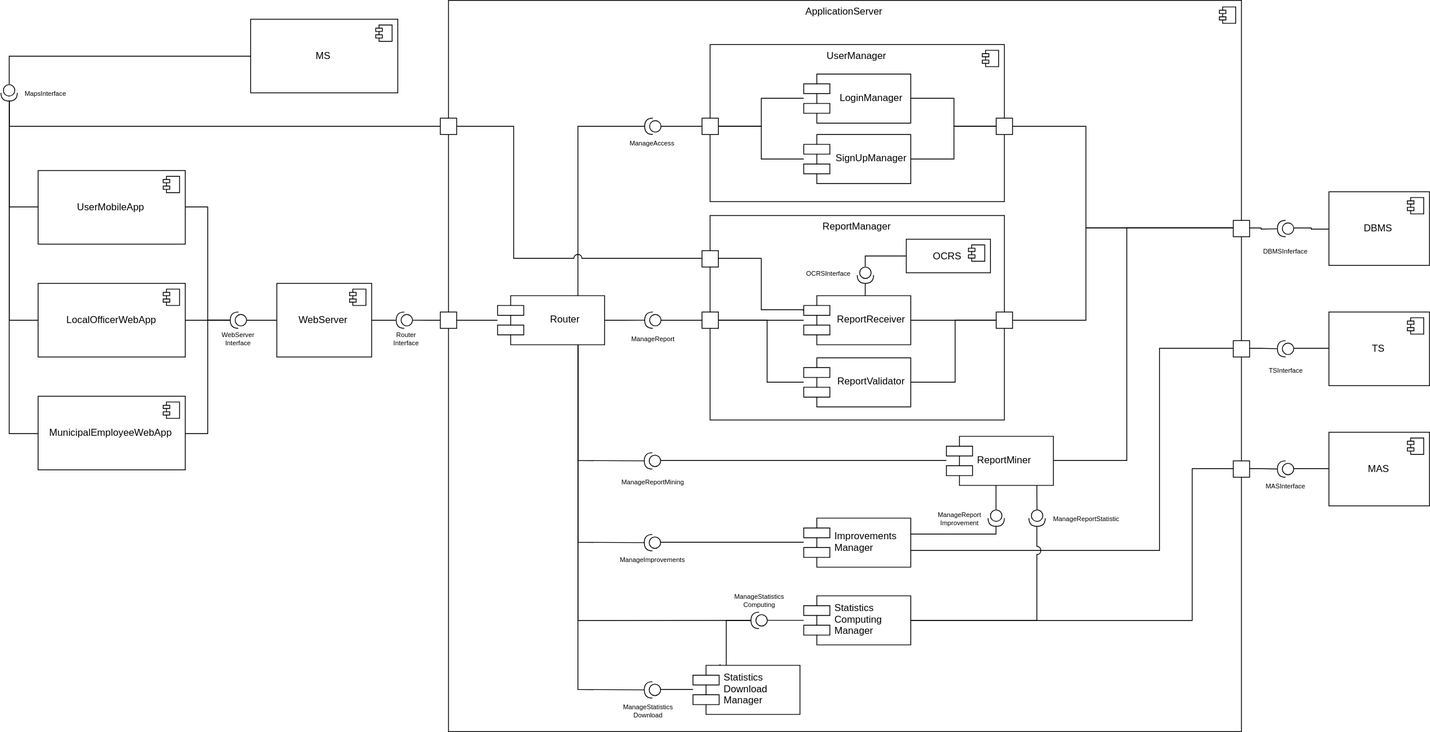
Earlier version of the draw.io export DD/images/exported/ComponentDiagram.svg (MarkNuar/Project_SE2). Source tidied: cells renumbered, new cells last; positions are measured from the earlier drawing's top-left corner, leaving out a move shared by most shapes.
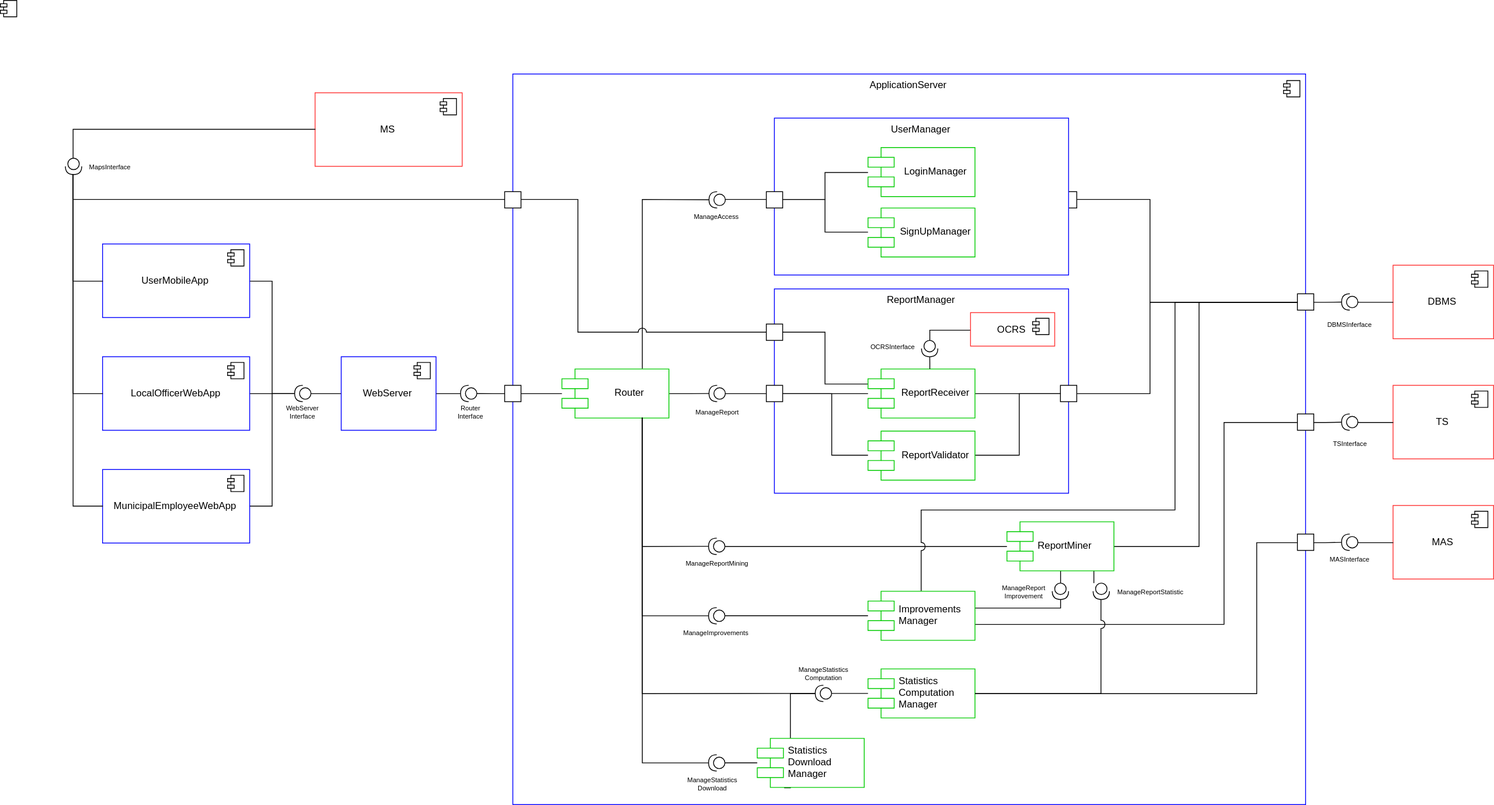
The same diagram one commit later.

What changed in the source:
```diff
@@ -2,7 +2,7 @@
   <root>
     <mxCell id="0" />
     <mxCell id="1" parent="0" />
-    <mxCell id="2" value="ApplicationServer" style="html=1;verticalAlign=top;" parent="1" vertex="1">
+    <mxCell id="2" value="ApplicationServer" style="html=1;verticalAlign=top;strokeColor=#0000FF;" parent="1" vertex="1">
       <mxGeometry x="548" width="970" height="894" as="geometry" />
     </mxCell>
     <mxCell id="3" style="edgeStyle=orthogonalEdgeStyle;rounded=0;jettySize=auto;html=1;endArrow=none;endFill=0;" parent="1" edge="1" source="4" target="94">
@@ -16,38 +16,6 @@
         <mxPoint x="-27" y="7" as="offset" />
       </mxGeometry>
     </mxCell>
-    <mxCell id="6" style="group;verticalAlign=middle;" parent="1" vertex="1">
-      <mxGeometry x="788" y="54" width="440" height="192" as="geometry" />
-    </mxCell>
-    <mxCell id="7" style="shape=providedRequiredInterface;html=1;verticalLabelPosition=bottom;rotation=180;" parent="6" vertex="1">
-      <mxGeometry y="90" width="20" height="20" as="geometry" />
-    </mxCell>
-    <mxCell id="8" style="edgeStyle=orthogonalEdgeStyle;rounded=0;jettySize=auto;html=1;entryX=0;entryY=0.5;entryDx=0;entryDy=0;entryPerimeter=0;endArrow=none;endFill=0;" parent="6" edge="1" source="15" target="7">
-      <mxGeometry relative="1" as="geometry" />
-    </mxCell>
-    <mxCell id="9" value="UserManager" style="html=1;verticalAlign=top;" parent="6" vertex="1">
-      <mxGeometry x="80" width="360" height="192" as="geometry" />
-    </mxCell>
-    <mxCell id="10" style="shape=component;jettyWidth=8;jettyHeight=4;" parent="6" vertex="1">
-      <mxGeometry x="1" width="20" height="20" relative="1" as="geometry">
-        <mxPoint x="-27" y="7" as="offset" />
-      </mxGeometry>
-    </mxCell>
-    <mxCell id="11" style="edgeStyle=orthogonalEdgeStyle;rounded=0;jettySize=auto;html=1;entryX=1;entryY=0.5;entryDx=0;entryDy=0;endArrow=none;endFill=0;" parent="6" edge="1" source="12" target="15">
-      <mxGeometry relative="1" as="geometry" />
-    </mxCell>
-    <mxCell id="12" value="LoginManager" style="shape=component;align=center;spacingLeft=36;" parent="6" vertex="1">
-      <mxGeometry x="194.5" y="36" width="130.9" height="60" as="geometry" />
-    </mxCell>
-    <mxCell id="13" style="edgeStyle=orthogonalEdgeStyle;rounded=0;jettySize=auto;html=1;entryX=1;entryY=0.5;entryDx=0;entryDy=0;endArrow=none;endFill=0;" parent="6" edge="1" source="14" target="15">
-      <mxGeometry relative="1" as="geometry" />
-    </mxCell>
-    <mxCell id="14" value="SignUpManager" style="shape=component;align=center;spacingLeft=36;" parent="6" vertex="1">
-      <mxGeometry x="194.5" y="110" width="130.9" height="60" as="geometry" />
-    </mxCell>
-    <mxCell id="15" style="whiteSpace=wrap;html=1;" parent="6" vertex="1">
-      <mxGeometry x="70.1" y="90" width="20" height="20" as="geometry" />
-    </mxCell>
     <mxCell id="16" style="edgeStyle=orthogonalEdgeStyle;rounded=0;jumpStyle=none;jettySize=auto;html=1;entryX=0;entryY=0.5;entryDx=0;entryDy=0;endArrow=none;endFill=0;" parent="1" edge="1" source="17" target="54">
       <mxGeometry relative="1" as="geometry">
         <Array as="points">
@@ -80,7 +48,7 @@
     <mxCell id="24" style="edgeStyle=orthogonalEdgeStyle;rounded=0;jettySize=auto;html=1;entryX=0;entryY=0.5;entryDx=0;entryDy=0;entryPerimeter=0;endArrow=none;endFill=0;" parent="1" edge="1" source="107" target="23">
       <mxGeometry relative="1" as="geometry" />
     </mxCell>
-    <mxCell id="25" value="ReportManager" style="html=1;verticalAlign=top;" parent="1" vertex="1">
+    <mxCell id="25" value="ReportManager" style="html=1;verticalAlign=top;strokeColor=#0000FF;" parent="1" vertex="1">
       <mxGeometry x="868" y="263" width="360" height="250" as="geometry" />
     </mxCell>
     <mxCell id="26" style="edgeStyle=orthogonalEdgeStyle;rounded=0;jumpStyle=none;jettySize=auto;html=1;entryX=0;entryY=0.5;entryDx=0;entryDy=0;endArrow=none;endFill=0;" parent="1" edge="1" source="29" target="54">
@@ -116,11 +84,11 @@
         </Array>
       </mxGeometry>
     </mxCell>
-    <mxCell id="32" style="edgeStyle=orthogonalEdgeStyle;rounded=0;jettySize=auto;html=1;entryX=0;entryY=0.5;entryDx=0;entryDy=0;endArrow=none;endFill=0;" parent="1" edge="1" source="34" target="54">
+    <mxCell id="32" style="edgeStyle=orthogonalEdgeStyle;rounded=0;jettySize=auto;html=1;entryX=0;entryY=0.5;entryDx=0;entryDy=0;endArrow=none;endFill=0;exitX=1;exitY=0.5;exitDx=0;exitDy=0;" parent="1" edge="1" source="34" target="54">
       <mxGeometry relative="1" as="geometry">
         <Array as="points">
-          <mxPoint x="1378" y="563" />
-          <mxPoint x="1378" y="279" />
+          <mxPoint x="1388" y="578" />
+          <mxPoint x="1388" y="279" />
         </Array>
       </mxGeometry>
     </mxCell>
@@ -132,13 +100,13 @@
         </Array>
       </mxGeometry>
     </mxCell>
-    <mxCell id="34" value="ReportMiner" style="shape=component;align=left;spacingLeft=36;" parent="1" vertex="1">
-      <mxGeometry x="1157" y="533" width="130.9" height="60" as="geometry" />
+    <mxCell id="34" value="ReportMiner" style="shape=component;align=left;spacingLeft=36;strokeColor=#00CC00;" parent="1" vertex="1">
+      <mxGeometry x="1152.5" y="548" width="130.9" height="60" as="geometry" />
     </mxCell>
     <mxCell id="35" style="edgeStyle=orthogonalEdgeStyle;rounded=0;jumpStyle=none;jettySize=auto;html=1;entryX=1;entryY=0.5;entryDx=0;entryDy=0;endArrow=none;endFill=0;" parent="1" edge="1" source="36" target="4">
       <mxGeometry relative="1" as="geometry" />
     </mxCell>
-    <mxCell id="36" value="Router" style="shape=component;align=center;spacingLeft=36;" parent="1" vertex="1">
+    <mxCell id="36" value="Router" style="shape=component;align=center;spacingLeft=36;strokeColor=#00CC00;" parent="1" vertex="1">
       <mxGeometry x="608" y="361" width="130.9" height="60" as="geometry" />
     </mxCell>
     <mxCell id="37" style="edgeStyle=orthogonalEdgeStyle;rounded=0;jumpStyle=none;jettySize=auto;html=1;entryX=0;entryY=0.5;entryDx=0;entryDy=0;entryPerimeter=0;endArrow=none;endFill=0;" parent="1" edge="1" source="40" target="44">
@@ -159,14 +127,23 @@
         </Array>
       </mxGeometry>
     </mxCell>
+    <mxCell id="131" style="edgeStyle=orthogonalEdgeStyle;rounded=0;jettySize=auto;html=1;entryX=0;entryY=0.5;entryDx=0;entryDy=0;endArrow=none;endFill=0;jumpStyle=arc;jumpSize=10;" parent="1" edge="1" source="40" target="54">
+      <mxGeometry relative="1" as="geometry">
+        <Array as="points">
+          <mxPoint x="1048" y="533" />
+          <mxPoint x="1358" y="533" />
+          <mxPoint x="1358" y="279" />
+        </Array>
+      </mxGeometry>
+    </mxCell>
-    <mxCell id="40" value="Improvements&#10;Manager" style="shape=component;align=left;spacingLeft=36;" parent="1" vertex="1">
+    <mxCell id="40" value="Improvements&#10;Manager" style="shape=component;align=left;spacingLeft=36;strokeColor=#00CC00;" parent="1" vertex="1">
       <mxGeometry x="982.5" y="633" width="130.9" height="60" as="geometry" />
     </mxCell>
     <mxCell id="41" style="edgeStyle=orthogonalEdgeStyle;rounded=0;jumpStyle=none;jettySize=auto;html=1;entryX=0.75;entryY=1;entryDx=0;entryDy=0;endArrow=none;endFill=0;" parent="1" edge="1" source="42" target="36">
       <mxGeometry relative="1" as="geometry" />
     </mxCell>
     <mxCell id="42" style="shape=providedRequiredInterface;html=1;verticalLabelPosition=bottom;rotation=180;" parent="1" vertex="1">
-      <mxGeometry x="787.5" y="553" width="20" height="20" as="geometry" />
+      <mxGeometry x="787.5" y="568" width="20" height="20" as="geometry" />
     </mxCell>
     <mxCell id="43" style="edgeStyle=orthogonalEdgeStyle;rounded=0;jumpStyle=none;jettySize=auto;html=1;endArrow=none;endFill=0;entryX=0.75;entryY=1;entryDx=0;entryDy=0;" parent="1" edge="1" source="44" target="36">
       <mxGeometry relative="1" as="geometry" />
@@ -189,7 +166,7 @@
     <mxCell id="49" style="shape=providedRequiredInterface;html=1;verticalLabelPosition=bottom;rotation=90;" parent="1" vertex="1">
       <mxGeometry x="1208" y="623" width="20" height="20" as="geometry" />
     </mxCell>
-    <mxCell id="50" value="DBMS" style="html=1;align=center;" parent="1" vertex="1">
+    <mxCell id="50" value="DBMS" style="html=1;align=center;strokeColor=#FF3333;" parent="1" vertex="1">
       <mxGeometry x="1625" y="234" width="123" height="90" as="geometry" />
     </mxCell>
     <mxCell id="51" style="shape=component;jettyWidth=8;jettyHeight=4;" parent="50" vertex="1">
@@ -209,7 +186,7 @@
     <mxCell id="55" style="edgeStyle=orthogonalEdgeStyle;rounded=0;jettySize=auto;html=1;entryX=1;entryY=0.5;entryDx=0;entryDy=0;endArrow=none;endFill=0;" parent="1" edge="1" source="52" target="54">
       <mxGeometry relative="1" as="geometry" />
     </mxCell>
-    <mxCell id="56" value="TS" style="html=1;align=center;" parent="1" vertex="1">
+    <mxCell id="56" value="TS" style="html=1;align=center;strokeColor=#FF3333;" parent="1" vertex="1">
       <mxGeometry x="1625" y="381" width="123" height="90" as="geometry" />
     </mxCell>
     <mxCell id="57" style="shape=component;jettyWidth=8;jettyHeight=4;" parent="56" vertex="1">
@@ -235,7 +212,7 @@
     <mxCell id="63" style="edgeStyle=orthogonalEdgeStyle;rounded=0;jettySize=auto;html=1;entryX=1;entryY=0.5;entryDx=0;entryDy=0;entryPerimeter=0;endArrow=none;endFill=0;" parent="1" edge="1" source="64" target="95">
       <mxGeometry relative="1" as="geometry" />
     </mxCell>
-    <mxCell id="64" value="UserMobileApp" style="html=1;align=center;" parent="1" vertex="1">
+    <mxCell id="64" value="UserMobileApp" style="html=1;align=center;strokeColor=#0000FF;" parent="1" vertex="1">
       <mxGeometry x="46" y="208" width="180" height="90" as="geometry" />
     </mxCell>
     <mxCell id="65" style="shape=component;jettyWidth=8;jettyHeight=4;align=center;" parent="64" vertex="1">
@@ -252,7 +229,7 @@
     <mxCell id="68" style="edgeStyle=orthogonalEdgeStyle;rounded=0;jettySize=auto;html=1;entryX=1;entryY=0.5;entryDx=0;entryDy=0;entryPerimeter=0;endArrow=none;endFill=0;" parent="1" edge="1" source="69" target="95">
       <mxGeometry relative="1" as="geometry" />
     </mxCell>
-    <mxCell id="69" value="LocalOfficerWebApp" style="html=1;align=center;" parent="1" vertex="1">
+    <mxCell id="69" value="LocalOfficerWebApp" style="html=1;align=center;strokeColor=#0000FF;" parent="1" vertex="1">
       <mxGeometry x="46" y="346" width="180" height="90" as="geometry" />
     </mxCell>
     <mxCell id="70" style="shape=component;jettyWidth=8;jettyHeight=4;align=center;" parent="69" vertex="1">
@@ -266,7 +243,7 @@
     <mxCell id="72" style="edgeStyle=orthogonalEdgeStyle;rounded=0;jettySize=auto;html=1;entryX=1;entryY=0.5;entryDx=0;entryDy=0;entryPerimeter=0;endArrow=none;endFill=0;" parent="1" edge="1" source="73" target="95">
       <mxGeometry relative="1" as="geometry" />
     </mxCell>
-    <mxCell id="73" value="MunicipalEmployeeWebApp" style="html=1;align=center;" parent="1" vertex="1">
+    <mxCell id="73" value="MunicipalEmployeeWebApp" style="html=1;align=center;strokeColor=#0000FF;" parent="1" vertex="1">
       <mxGeometry x="46" y="484" width="180" height="90" as="geometry" />
     </mxCell>
     <mxCell id="74" style="shape=component;jettyWidth=8;jettyHeight=4;align=center;" parent="73" vertex="1">
@@ -277,7 +254,7 @@
     <mxCell id="75" style="edgeStyle=orthogonalEdgeStyle;rounded=0;jettySize=auto;html=1;entryX=1;entryY=0.5;entryDx=0;entryDy=0;entryPerimeter=0;startArrow=none;startFill=0;endArrow=none;endFill=0;fontSize=8;exitX=0;exitY=0.5;exitDx=0;exitDy=0;" parent="1" edge="1" source="73" target="62">
       <mxGeometry relative="1" as="geometry" />
     </mxCell>
-    <mxCell id="76" value="MS" style="html=1;" parent="1" vertex="1">
+    <mxCell id="76" value="MS" style="html=1;strokeColor=#FF3333;" parent="1" vertex="1">
       <mxGeometry x="306" y="23" width="180" height="90" as="geometry" />
     </mxCell>
     <mxCell id="77" style="shape=component;jettyWidth=8;jettyHeight=4;" parent="76" vertex="1">
@@ -298,12 +275,12 @@
       <mxGeometry x="763" y="403" width="70" height="20" as="geometry" />
     </mxCell>
     <mxCell id="82" value="ManageReportMining" style="text;html=1;align=center;verticalAlign=middle;fontSize=8;" parent="1" vertex="1">
-      <mxGeometry x="752.5" y="578" width="90" height="20" as="geometry" />
+      <mxGeometry x="753" y="588" width="90" height="20" as="geometry" />
     </mxCell>
     <mxCell id="83" value="ManageImprovements" style="text;html=1;align=center;verticalAlign=middle;fontSize=8;" parent="1" vertex="1">
       <mxGeometry x="747.5" y="673" width="100" height="20" as="geometry" />
     </mxCell>
-    <mxCell id="84" value="ManageStatistics&lt;br&gt;Computing" style="text;html=1;align=center;verticalAlign=middle;fontSize=8;direction=west;rotation=0;" parent="1" vertex="1">
+    <mxCell id="84" value="ManageStatistics&lt;br&gt;Computation" style="text;html=1;align=center;verticalAlign=middle;fontSize=8;direction=west;rotation=0;" parent="1" vertex="1">
       <mxGeometry x="888" y="718" width="80" height="30" as="geometry" />
     </mxCell>
     <mxCell id="85" style="shape=providedRequiredInterface;html=1;verticalLabelPosition=bottom;rotation=90;" parent="1" vertex="1">
@@ -327,7 +304,7 @@
     <mxCell id="91" style="edgeStyle=orthogonalEdgeStyle;rounded=0;jettySize=auto;html=1;entryX=0;entryY=0.5;entryDx=0;entryDy=0;entryPerimeter=0;endArrow=none;endFill=0;exitX=0;exitY=0.5;exitDx=0;exitDy=0;" parent="1" edge="1" source="92" target="95">
       <mxGeometry relative="1" as="geometry" />
     </mxCell>
-    <mxCell id="92" value="WebServer" style="html=1;" parent="1" vertex="1">
+    <mxCell id="92" value="WebServer" style="html=1;strokeColor=#0000FF;" parent="1" vertex="1">
       <mxGeometry x="338" y="346" width="116" height="90" as="geometry" />
     </mxCell>
     <mxCell id="93" style="shape=component;jettyWidth=8;jettyHeight=4;" parent="92" vertex="1">
@@ -375,7 +352,7 @@
     <mxCell id="103" style="edgeStyle=orthogonalEdgeStyle;rounded=0;jettySize=auto;html=1;entryX=1;entryY=0.5;entryDx=0;entryDy=0;endArrow=none;endFill=0;" parent="1" edge="1" source="104" target="107">
       <mxGeometry relative="1" as="geometry" />
     </mxCell>
-    <mxCell id="104" value="ReportReceiver" style="shape=component;align=center;spacingLeft=36;" parent="1" vertex="1">
+    <mxCell id="104" value="ReportReceiver" style="shape=component;align=center;spacingLeft=36;strokeColor=#00CC00;" parent="1" vertex="1">
       <mxGeometry x="982.5" y="361" width="130.9" height="60" as="geometry" />
     </mxCell>
     <mxCell id="105" style="edgeStyle=orthogonalEdgeStyle;rounded=0;jettySize=auto;html=1;entryX=1;entryY=0.5;entryDx=0;entryDy=0;endArrow=none;endFill=0;" parent="1" edge="1" source="106" target="107">
@@ -386,7 +363,7 @@
         </Array>
       </mxGeometry>
     </mxCell>
-    <mxCell id="106" value="ReportValidator" style="shape=component;align=center;spacingLeft=36;" parent="1" vertex="1">
+    <mxCell id="106" value="ReportValidator" style="shape=component;align=center;spacingLeft=36;strokeColor=#00CC00;" parent="1" vertex="1">
       <mxGeometry x="982.5" y="437" width="130.9" height="60" as="geometry" />
     </mxCell>
     <mxCell id="107" style="whiteSpace=wrap;html=1;" parent="1" vertex="1">
@@ -399,7 +376,7 @@
         </Array>
       </mxGeometry>
     </mxCell>
-    <mxCell id="109" value="OCRS" style="html=1;align=center;" parent="1" vertex="1">
+    <mxCell id="109" value="OCRS" style="html=1;align=center;strokeColor=#FF3333;" parent="1" vertex="1">
       <mxGeometry x="1108" y="292" width="103" height="41" as="geometry" />
     </mxCell>
     <mxCell id="110" style="shape=component;jettyWidth=8;jettyHeight=4;" parent="109" vertex="1">
@@ -424,7 +401,7 @@
     <mxCell id="114" value="OCRSInterface" style="text;html=1;align=center;verticalAlign=middle;fontSize=8;" parent="1" vertex="1">
       <mxGeometry x="978" y="323" width="70" height="20" as="geometry" />
     </mxCell>
-    <mxCell id="115" value="Statistics&#10;Computing&#10;Manager" style="shape=component;align=left;spacingLeft=36;" parent="1" vertex="1">
+    <mxCell id="115" value="Statistics&#10;Computation&#10;Manager" style="shape=component;align=left;spacingLeft=36;strokeColor=#00CC00;" parent="1" vertex="1">
       <mxGeometry x="982.5" y="728" width="130.9" height="60" as="geometry" />
     </mxCell>
     <mxCell id="116" style="rounded=0;jumpStyle=arc;jumpSize=10;jettySize=auto;html=1;entryX=1;entryY=0.5;entryDx=0;entryDy=0;entryPerimeter=0;endArrow=none;endFill=0;exitX=0.25;exitY=0;exitDx=0;exitDy=0;edgeStyle=orthogonalEdgeStyle;" parent="1" edge="1" source="118" target="48">
@@ -439,7 +416,7 @@
     <mxCell id="117" style="edgeStyle=orthogonalEdgeStyle;rounded=0;jumpStyle=arc;jumpSize=10;jettySize=auto;html=1;entryX=0;entryY=0.5;entryDx=0;entryDy=0;entryPerimeter=0;endArrow=none;endFill=0;" parent="1" edge="1" source="118" target="122">
       <mxGeometry relative="1" as="geometry" />
     </mxCell>
-    <mxCell id="118" value="Statistics&#10;Download&#10;Manager" style="shape=component;align=left;spacingLeft=36;" parent="1" vertex="1">
+    <mxCell id="118" value="Statistics&#10;Download&#10;Manager" style="shape=component;align=left;spacingLeft=36;strokeColor=#00CC00;" parent="1" vertex="1">
       <mxGeometry x="847" y="813" width="130.9" height="60" as="geometry" />
     </mxCell>
     <mxCell id="119" style="edgeStyle=orthogonalEdgeStyle;rounded=0;jettySize=auto;html=1;entryX=1;entryY=0.5;entryDx=0;entryDy=0;entryPerimeter=0;endArrow=none;endFill=0;jumpStyle=arc;jumpSize=10;" parent="1" edge="1" source="115" target="85">
@@ -470,7 +447,7 @@
     <mxCell id="123" value="ManageStatistics&lt;br&gt;Download" style="text;html=1;align=center;verticalAlign=middle;fontSize=8;direction=west;rotation=0;" parent="1" vertex="1">
       <mxGeometry x="752.5" y="853" width="80" height="30" as="geometry" />
     </mxCell>
-    <mxCell id="124" value="MAS" style="html=1;align=center;" parent="1" vertex="1">
+    <mxCell id="124" value="MAS" style="html=1;align=center;strokeColor=#FF3333;" parent="1" vertex="1">
       <mxGeometry x="1625" y="528" width="123" height="90" as="geometry" />
     </mxCell>
     <mxCell id="125" style="shape=component;jettyWidth=8;jettyHeight=4;" parent="124" vertex="1">
@@ -493,5 +470,34 @@
     <mxCell id="130" value="MASInterface" style="text;html=1;align=center;verticalAlign=middle;fontSize=8;" parent="1" vertex="1">
       <mxGeometry x="1542" y="583" width="60" height="20" as="geometry" />
     </mxCell>
+    <mxCell id="7" style="shape=providedRequiredInterface;html=1;verticalLabelPosition=bottom;rotation=180;" parent="1" vertex="1">
+      <mxGeometry x="788" y="144" width="20" height="20" as="geometry" />
+    </mxCell>
+    <mxCell id="8" style="edgeStyle=orthogonalEdgeStyle;rounded=0;jettySize=auto;html=1;entryX=0;entryY=0.5;entryDx=0;entryDy=0;entryPerimeter=0;endArrow=none;endFill=0;" parent="1" edge="1" source="15" target="7">
+      <mxGeometry relative="1" as="geometry" />
+    </mxCell>
+    <mxCell id="9" value="UserManager" style="html=1;verticalAlign=top;strokeColor=#0000FF;" parent="1" vertex="1">
+      <mxGeometry x="868" y="54" width="360" height="192" as="geometry" />
+    </mxCell>
+    <mxCell id="10" style="shape=component;jettyWidth=8;jettyHeight=4;" parent="1" vertex="1">
+      <mxGeometry x="1" width="20" height="20" relative="1" as="geometry">
+        <mxPoint x="-27" y="7" as="offset" />
+      </mxGeometry>
+    </mxCell>
+    <mxCell id="11" style="edgeStyle=orthogonalEdgeStyle;rounded=0;jettySize=auto;html=1;entryX=1;entryY=0.5;entryDx=0;entryDy=0;endArrow=none;endFill=0;" parent="1" edge="1" source="12" target="15">
+      <mxGeometry relative="1" as="geometry" />
+    </mxCell>
+    <mxCell id="12" value="LoginManager" style="shape=component;align=center;spacingLeft=36;strokeColor=#00CC00;" parent="1" vertex="1">
+      <mxGeometry x="982.5" y="90" width="130.9" height="60" as="geometry" />
+    </mxCell>
+    <mxCell id="13" style="edgeStyle=orthogonalEdgeStyle;rounded=0;jettySize=auto;html=1;entryX=1;entryY=0.5;entryDx=0;entryDy=0;endArrow=none;endFill=0;" parent="1" edge="1" source="14" target="15">
+      <mxGeometry relative="1" as="geometry" />
+    </mxCell>
+    <mxCell id="14" value="SignUpManager" style="shape=component;align=center;spacingLeft=36;strokeColor=#00CC00;" parent="1" vertex="1">
+      <mxGeometry x="982.5" y="164" width="130.9" height="60" as="geometry" />
+    </mxCell>
+    <mxCell id="15" style="whiteSpace=wrap;html=1;" parent="1" vertex="1">
+      <mxGeometry x="858.1" y="144" width="20" height="20" as="geometry" />
+    </mxCell>
   </root>
 </mxGraphModel>
```
